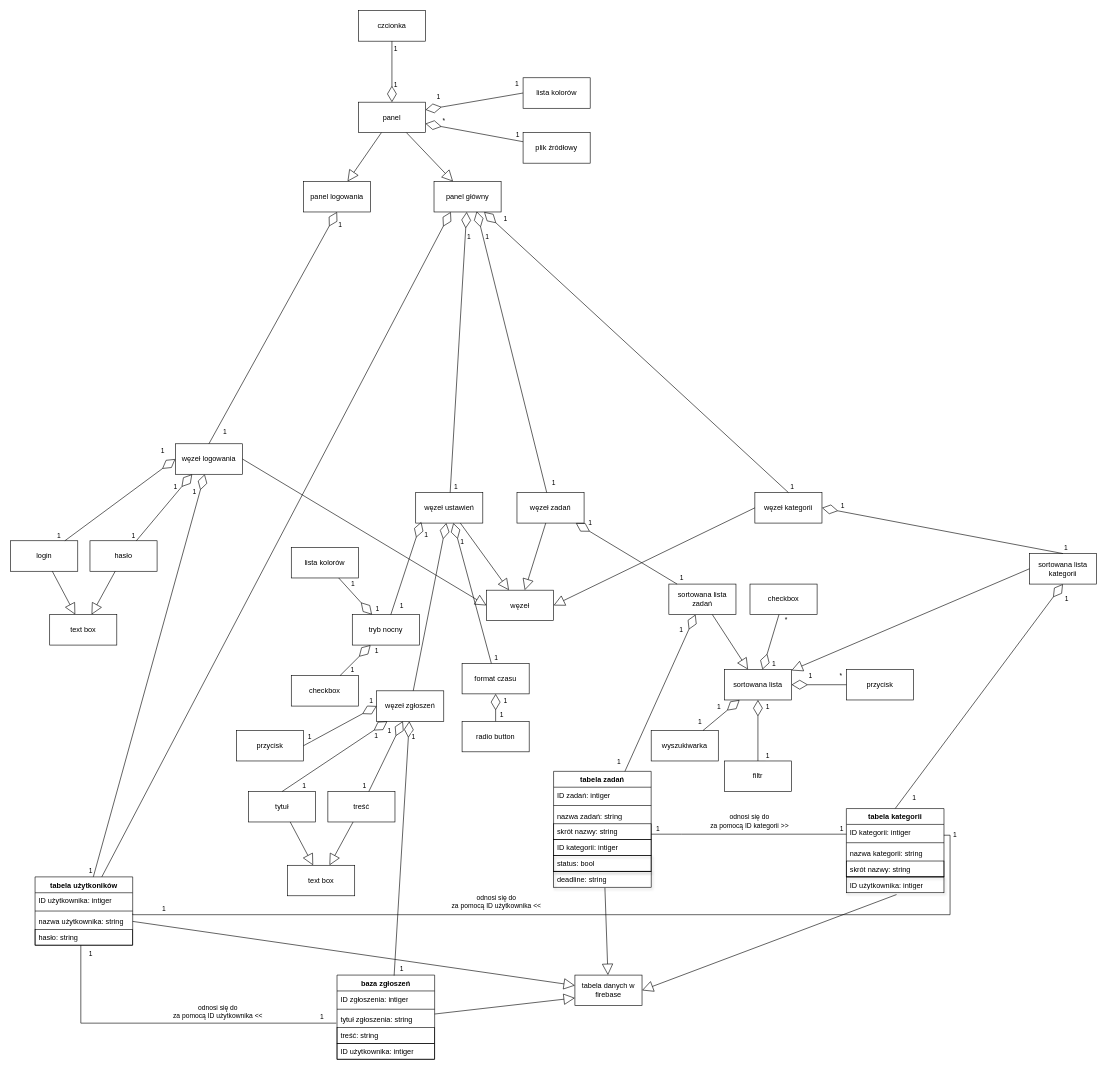
Earlier version of the draw.io diagram TaskList.drawio (KacperJarosik/TaskList-UML). Source tidied: cells renumbered, new cells numbered last; positions are measured from the earlier drawing's top-left corner, leaving out a move shared by most shapes. Both pictures are drawn from the tidied source at 61%, with x=0, y=0 at pixel (10, 10).
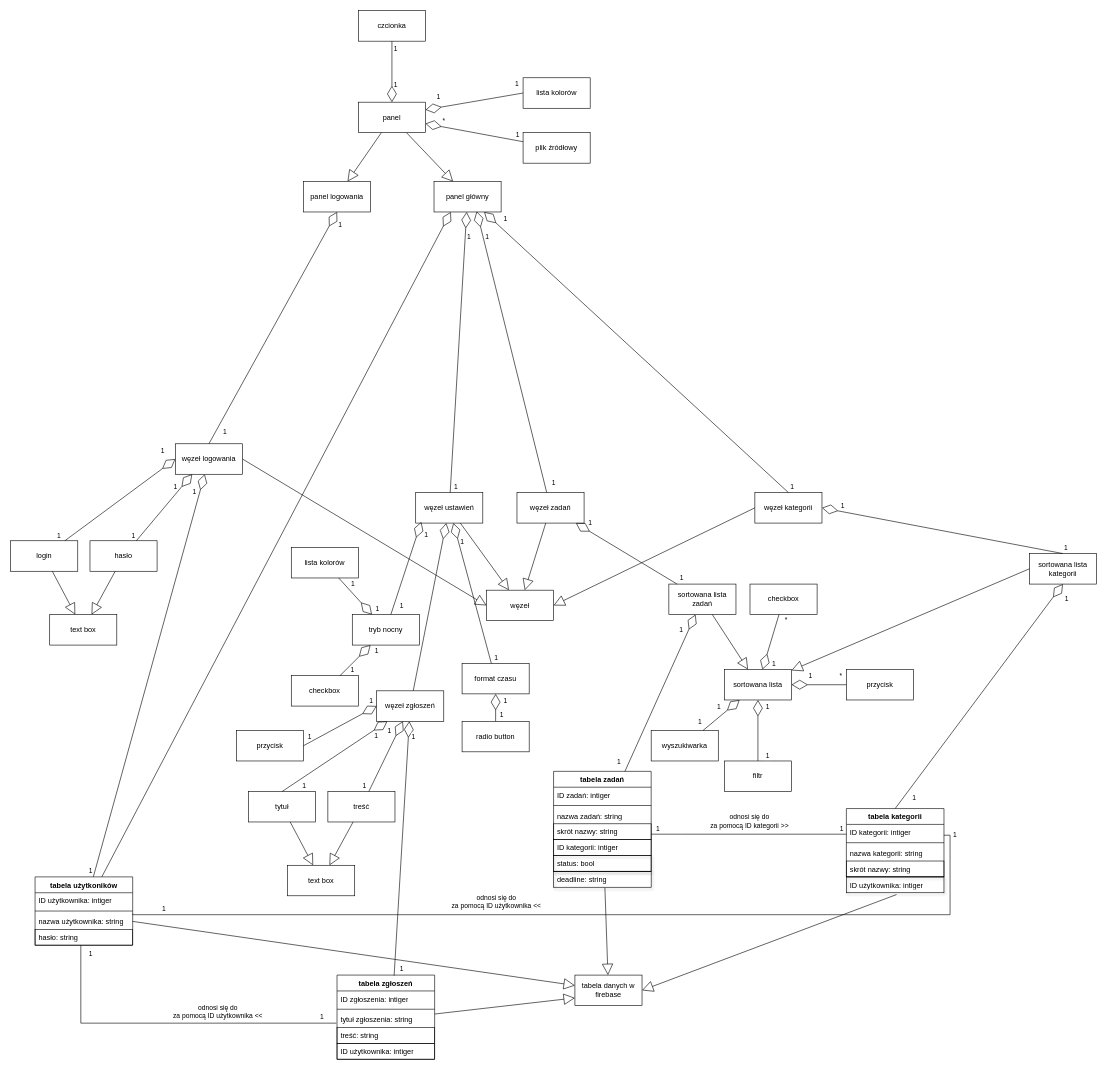
The same page after the edit.

What changed in the source:
```diff
@@
-    <mxCell id="153" value="baza zgłoszeń" style="swimlane;fontStyle=1;align=center;verticalAlign=top;horizontal=1;startSize=26;whiteSpace=wrap;html=1;" parent="1" vertex="1">
+    <mxCell id="153" value="tabela zgłoszeń" style="swimlane;fontStyle=1;align=center;verticalAlign=top;horizontal=1;startSize=26;whiteSpace=wrap;html=1;" parent="1" vertex="1">
       <mxGeometry x="535" y="1581" width="160" height="138" as="geometry" />
     </mxCell>
```
